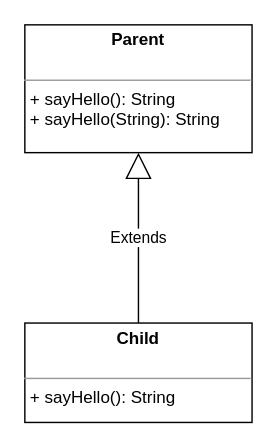
Earlier version of the draw.io diagram page "Parent-Child" (1 of 3) of parent_child.drawio (soraya1618/05a_Overriding_I). Source tidied: cells renumbered, new cells numbered last; positions are measured from the earlier drawing's top-left corner, leaving out a move shared by most shapes. Both pictures are drawn from the tidied source at 142%, with x=0, y=0 at pixel (24, 24).
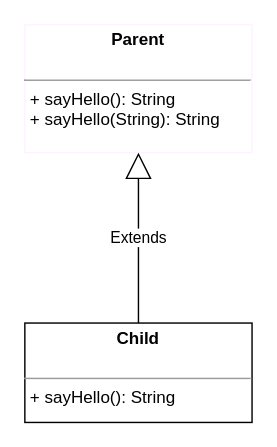
The same page after the edit.

What changed in the source:
```diff
@@
 <mxGraphModel>
   <root>
     <mxCell id="0" />
     <mxCell id="1" parent="0" />
     <mxCell id="2" value="&lt;p style=&quot;margin: 0px ; margin-top: 4px ; text-align: center&quot;&gt;&lt;b&gt;Child&lt;/b&gt;&lt;/p&gt;&lt;p style=&quot;margin: 0px ; margin-left: 4px&quot;&gt;&lt;br&gt;&lt;/p&gt;&lt;hr size=&quot;1&quot;&gt;&lt;p style=&quot;margin: 0px ; margin-left: 4px&quot;&gt;+ sayHello(): String&lt;/p&gt;" style="verticalAlign=top;align=left;overflow=fill;fontSize=12;fontFamily=Helvetica;html=1;" parent="1" vertex="1">
       <mxGeometry y="210" width="160" height="70" as="geometry" />
     </mxCell>
-    <mxCell id="3" value="&lt;p style=&quot;margin: 0px ; margin-top: 4px ; text-align: center&quot;&gt;&lt;b&gt;Parent&lt;/b&gt;&lt;/p&gt;&lt;p style=&quot;margin: 0px ; margin-left: 4px&quot;&gt;&lt;br&gt;&lt;/p&gt;&lt;hr size=&quot;1&quot;&gt;&lt;p style=&quot;margin: 0px ; margin-left: 4px&quot;&gt;+ sayHello(): String&lt;/p&gt;&lt;p style=&quot;margin: 0px ; margin-left: 4px&quot;&gt;+ sayHello(String): String&lt;br&gt;&lt;/p&gt;&lt;p style=&quot;margin: 0px ; margin-left: 4px&quot;&gt;&lt;br&gt;&lt;/p&gt;" style="verticalAlign=top;align=left;overflow=fill;fontSize=12;fontFamily=Helvetica;html=1;" parent="1" vertex="1">
+    <mxCell id="3" value="&lt;p style=&quot;margin: 0px ; margin-top: 4px ; text-align: center&quot;&gt;&lt;b&gt;Parent&lt;/b&gt;&lt;/p&gt;&lt;p style=&quot;margin: 0px ; margin-left: 4px&quot;&gt;&lt;br&gt;&lt;/p&gt;&lt;hr size=&quot;1&quot;&gt;&lt;p style=&quot;margin: 0px ; margin-left: 4px&quot;&gt;+ sayHello(): String&lt;/p&gt;&lt;p style=&quot;margin: 0px ; margin-left: 4px&quot;&gt;+ sayHello(String): String&lt;br&gt;&lt;/p&gt;&lt;p style=&quot;margin: 0px ; margin-left: 4px&quot;&gt;&lt;br&gt;&lt;/p&gt;" style="verticalAlign=top;align=left;overflow=fill;fontSize=12;fontFamily=Helvetica;html=1;strokeColor=#FEF2FF;" parent="1" vertex="1">
       <mxGeometry width="160" height="90" as="geometry" />
     </mxCell>
     <mxCell id="4" value="Extends" style="endArrow=block;endSize=16;endFill=0;html=1;entryX=0.5;entryY=1;entryDx=0;entryDy=0;exitX=0.5;exitY=0;exitDx=0;exitDy=0;" parent="1" edge="1" source="2" target="3">
       <mxGeometry relative="1" as="geometry" />
     </mxCell>
   </root>
 </mxGraphModel>
```
